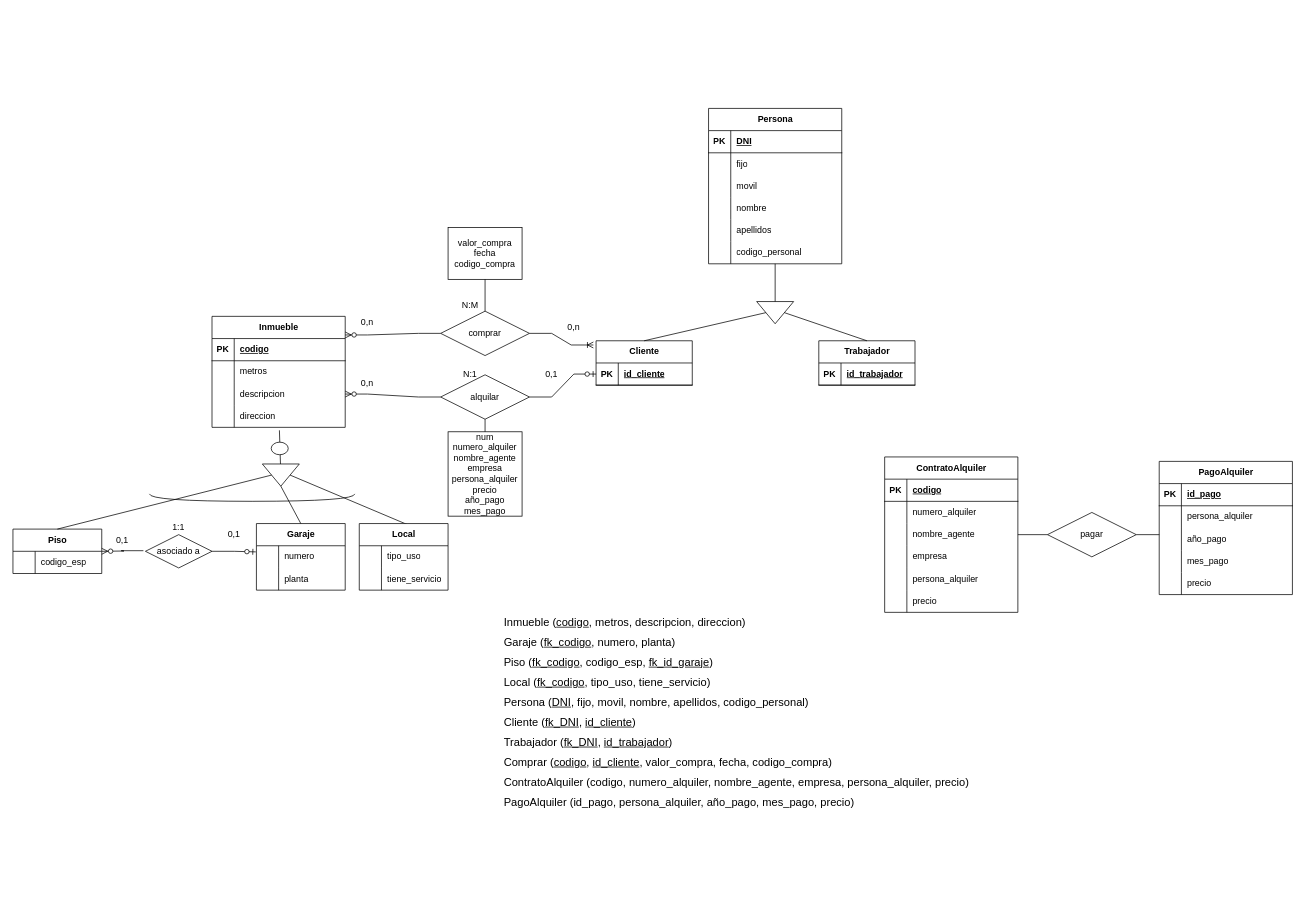
Daninuro/diagrames-cvf-dn-mpl-n-11102023 keeps this draw.io diagram as Ejercicio18.drawio. Above is the earlier version. Source tidied: cells renumbered, new cells numbered last; positions are measured from the earlier drawing's top-left corner, leaving out a move shared by most shapes. Both pictures are drawn from the tidied source at 74%, with x=0, y=0 at pixel (13, 108).
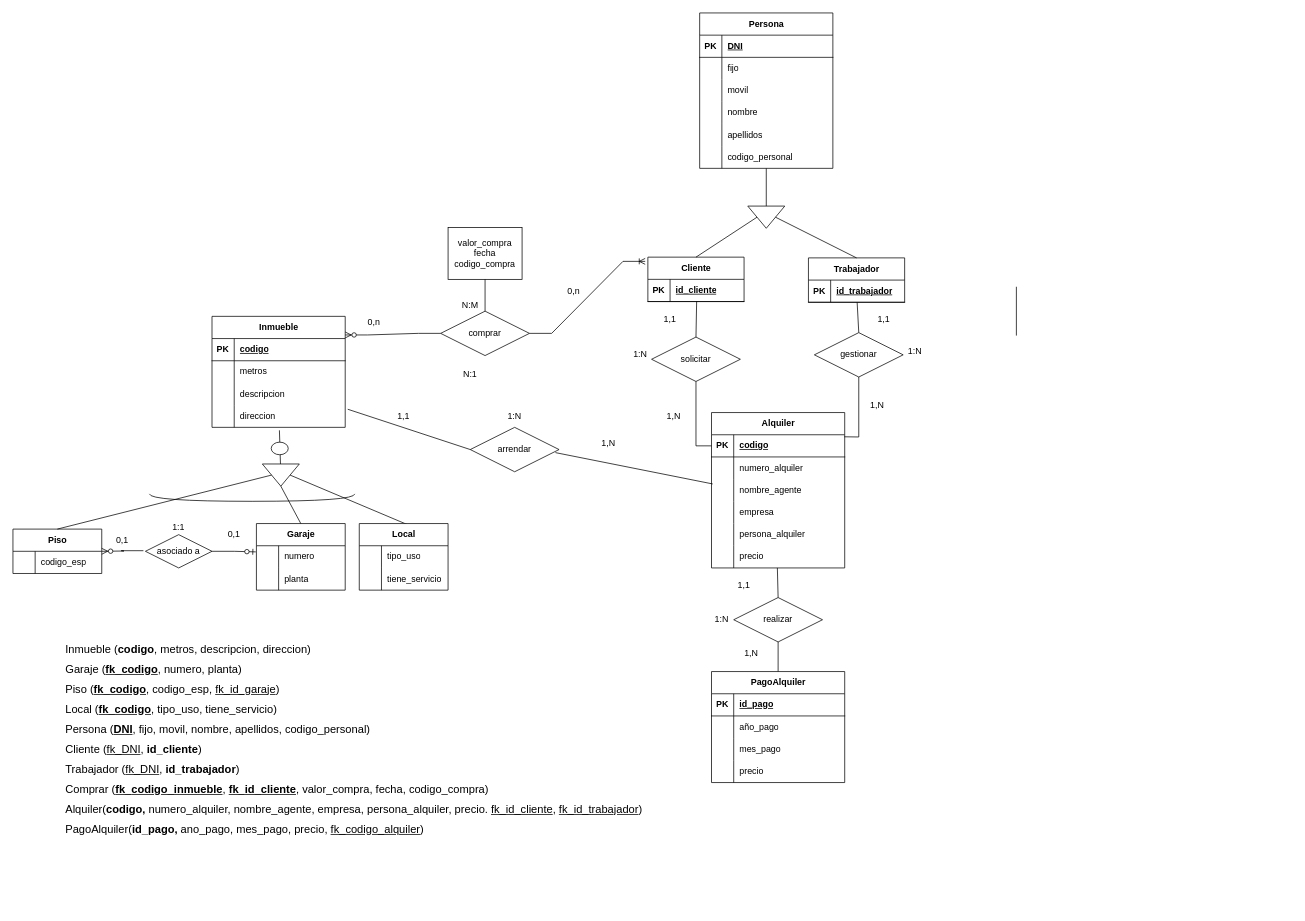
After the change.

The change refers to these unchanged cells:
```xml
<mxCell id="9" style="shape=tableRow;horizontal=0;startSize=0;swimlaneHead=0;swimlaneBody=0;fillColor=none;points=[[0,0.5],[1,0.5]];portConstraint=eastwest;top=0;left=0;right=0;bottom=0;" parent="2" vertex="1">
  <mxGeometry y="90" width="180" height="30" as="geometry" />
</mxCell>
<mxCell id="12" style="shape=tableRow;horizontal=0;startSize=0;swimlaneHead=0;swimlaneBody=0;fillColor=none;points=[[0,0.5],[1,0.5]];portConstraint=eastwest;top=0;left=0;right=0;bottom=0;" parent="2" vertex="1">
  <mxGeometry y="120" width="180" height="30" as="geometry" />
</mxCell>
<mxCell id="39" style="shape=tableRow;horizontal=0;startSize=0;swimlaneHead=0;swimlaneBody=0;fillColor=none;points=[[0,0.5],[1,0.5]];portConstraint=eastwest;top=0;left=0;right=0;bottom=1;" parent="38" vertex="1">
  <mxGeometry y="30" width="130" height="30" as="geometry" />
</mxCell>
<mxCell id="65" style="shape=tableRow;horizontal=0;startSize=0;swimlaneHead=0;swimlaneBody=0;fillColor=none;points=[[0,0.5],[1,0.5]];portConstraint=eastwest;top=0;left=0;right=0;bottom=1;" parent="64" vertex="1">
  <mxGeometry y="30" width="130" height="30" as="geometry" />
</mxCell>
<mxCell id="95" style="shape=tableRow;horizontal=0;startSize=0;swimlaneHead=0;swimlaneBody=0;fillColor=none;points=[[0,0.5],[1,0.5]];portConstraint=eastwest;top=0;left=0;right=0;bottom=1;" parent="94" vertex="1">
  <mxGeometry y="30" width="180" height="30" as="geometry" />
</mxCell>
<mxCell id="101" style="shape=tableRow;horizontal=0;startSize=0;swimlaneHead=0;swimlaneBody=0;fillColor=none;points=[[0,0.5],[1,0.5]];portConstraint=eastwest;top=0;left=0;right=0;bottom=0;" parent="94" vertex="1">
  <mxGeometry y="90" width="180" height="30" as="geometry" />
</mxCell>
```

The edit, as a diff of the source:
```diff
@@
-    <mxCell id="34" value="alquilar" style="shape=rhombus;perimeter=rhombusPerimeter;whiteSpace=wrap;html=1;align=center;" parent="1" vertex="1">
-      <mxGeometry x="578" y="360" width="120" height="60" as="geometry" />
+    <mxCell id="34" value="solicitar" style="shape=rhombus;perimeter=rhombusPerimeter;whiteSpace=wrap;html=1;align=center;" parent="1" vertex="1">
+      <mxGeometry x="863" y="309" width="120" height="60" as="geometry" />
     </mxCell>
@@
     <mxCell id="38" value="Cliente" style="shape=table;startSize=30;childLayout=tableLayout;rowLines=0;fontStyle=1;align=center;html=1;" parent="1" vertex="1">
-      <mxGeometry x="788" y="314" width="130" height="60" as="geometry" />
+      <mxGeometry x="858" y="201" width="130" height="60" as="geometry" />
     </mxCell>
@@
-    <mxCell id="43" style="edgeStyle=entityRelationEdgeStyle;fontSize=12;html=1;endArrow=ERzeroToOne;endFill=1;rounded=0;exitX=1;exitY=0.5;exitDx=0;exitDy=0;" parent="1" edge="1" source="34" target="39">
-      <mxGeometry relative="1" as="geometry" />
-    </mxCell>
-    <mxCell id="44" style="edgeStyle=entityRelationEdgeStyle;fontSize=12;html=1;endArrow=ERzeroToMany;endFill=1;rounded=0;entryX=1;entryY=0.5;entryDx=0;entryDy=0;" parent="1" edge="1" source="34" target="9">
-      <mxGeometry relative="1" as="geometry" />
-    </mxCell>
     <mxCell id="45" value="Persona" style="shape=table;startSize=30;childLayout=tableLayout;rowLines=0;fontStyle=1;align=center;html=1;" parent="1" vertex="1">
-      <mxGeometry x="940" width="180" height="210" as="geometry" />
+      <mxGeometry x="928" y="-129" width="180" height="210" as="geometry" />
     </mxCell>
@@
     <mxCell id="64" value="Trabajador" style="shape=table;startSize=30;childLayout=tableLayout;rowLines=0;fontStyle=1;align=center;html=1;" parent="1" vertex="1">
-      <mxGeometry x="1089" y="314" width="130" height="60" as="geometry" />
+      <mxGeometry x="1075" y="202" width="130" height="60" as="geometry" />
     </mxCell>
@@
     <mxCell id="68" style="triangle;whiteSpace=wrap;html=1;rotation=90;" parent="1" vertex="1">
-      <mxGeometry x="1015" y="251" width="30" height="50" as="geometry" />
+      <mxGeometry x="1003" y="122" width="30" height="50" as="geometry" />
     </mxCell>
@@
-    <mxCell id="82" value="num&lt;br&gt;numero_alquiler&lt;br&gt;nombre_agente&lt;br&gt;empresa&lt;br&gt;persona_alquiler&lt;br&gt;precio&lt;br&gt;año_pago&lt;br&gt;mes_pago" style="whiteSpace=wrap;html=1;align=center;" parent="1" vertex="1">
-      <mxGeometry x="588" y="437" width="100" height="114" as="geometry" />
-    </mxCell>
-    <mxCell id="83" style="endArrow=none;html=1;rounded=0;entryX=0.5;entryY=1;entryDx=0;entryDy=0;exitX=0.5;exitY=0;exitDx=0;exitDy=0;" parent="1" edge="1" source="82" target="34">
-      <mxGeometry relative="1" as="geometry" />
-    </mxCell>
     <mxCell id="84" value="0,n" style="text;html=1;strokeColor=none;fillColor=none;align=center;verticalAlign=middle;whiteSpace=wrap;rounded=0;" parent="1" vertex="1">
-      <mxGeometry x="449" y="274" width="60" height="30" as="geometry" />
+      <mxGeometry x="458" y="274" width="60" height="30" as="geometry" />
     </mxCell>
-    <mxCell id="85" value="0,n" style="text;html=1;strokeColor=none;fillColor=none;align=center;verticalAlign=middle;whiteSpace=wrap;rounded=0;" parent="1" vertex="1">
-      <mxGeometry x="449" y="357.2" width="60" height="30" as="geometry" />
+    <mxCell id="85" value="1,1" style="text;html=1;strokeColor=none;fillColor=none;align=center;verticalAlign=middle;whiteSpace=wrap;rounded=0;" parent="1" vertex="1">
+      <mxGeometry x="498" y="401" width="60" height="30" as="geometry" />
     </mxCell>
     <mxCell id="86" value="0,n" style="text;html=1;strokeColor=none;fillColor=none;align=center;verticalAlign=middle;whiteSpace=wrap;rounded=0;" parent="1" vertex="1">
-      <mxGeometry x="728" y="281" width="60" height="30" as="geometry" />
+      <mxGeometry x="728" y="232" width="60" height="30" as="geometry" />
     </mxCell>
-    <mxCell id="87" value="0,1" style="text;html=1;strokeColor=none;fillColor=none;align=center;verticalAlign=middle;whiteSpace=wrap;rounded=0;" parent="1" vertex="1">
-      <mxGeometry x="698" y="344" width="60" height="30" as="geometry" />
-    </mxCell>
@@
-    <mxCell id="93" value="&lt;p style=&quot;line-height: 180%; font-size: 15px;&quot;&gt;&lt;/p&gt;&lt;div style=&quot;text-align: justify; font-size: 15px; line-height: 180%;&quot;&gt;&lt;span style=&quot;background-color: initial;&quot;&gt;&lt;font style=&quot;font-size: 15px;&quot;&gt;Inmueble (&lt;u&gt;codigo&lt;/u&gt;, metros, descripcion, direccion)&lt;/font&gt;&lt;/span&gt;&lt;/div&gt;&lt;div style=&quot;text-align: justify; font-size: 15px; line-height: 180%;&quot;&gt;&lt;span style=&quot;background-color: initial;&quot;&gt;Garaje (&lt;/span&gt;&lt;u style=&quot;background-color: initial; border-color: var(--border-color);&quot;&gt;fk_codigo&lt;/u&gt;&lt;span style=&quot;background-color: initial;&quot;&gt;, numero, planta)&lt;/span&gt;&lt;br&gt;&lt;/div&gt;&lt;div style=&quot;text-align: justify; font-size: 15px; line-height: 180%;&quot;&gt;&lt;span style=&quot;background-color: initial;&quot;&gt;&lt;font style=&quot;font-size: 15px;&quot;&gt;Piso (&lt;u&gt;fk_codigo&lt;/u&gt;, codigo_esp, &lt;u&gt;fk_id_garaje&lt;/u&gt;)&lt;/font&gt;&lt;/span&gt;&lt;/div&gt;&lt;div style=&quot;text-align: justify; font-size: 15px; line-height: 180%;&quot;&gt;&lt;span style=&quot;background-color: initial;&quot;&gt;Local (&lt;/span&gt;&lt;u style=&quot;background-color: initial;&quot;&gt;fk_codigo&lt;/u&gt;&lt;span style=&quot;background-color: initial;&quot;&gt;, tipo_uso, tiene_servicio)&lt;/span&gt;&lt;br&gt;&lt;/div&gt;&lt;div style=&quot;text-align: justify; font-size: 15px; line-height: 180%;&quot;&gt;&lt;span style=&quot;background-color: initial;&quot;&gt;Persona (&lt;/span&gt;&lt;u style=&quot;background-color: initial;&quot;&gt;DNI&lt;/u&gt;&lt;span style=&quot;background-color: initial;&quot;&gt;, fijo, movil, nombre, apellidos, codigo_personal)&lt;/span&gt;&lt;br&gt;&lt;/div&gt;&lt;div style=&quot;text-align: justify; font-size: 15px; line-height: 180%;&quot;&gt;Cliente (&lt;u&gt;fk_DNI&lt;/u&gt;, &lt;u&gt;id_cliente&lt;/u&gt;)&lt;/div&gt;&lt;div style=&quot;text-align: justify; font-size: 15px; line-height: 180%;&quot;&gt;Trabajador (&lt;u&gt;fk_DNI&lt;/u&gt;, &lt;u&gt;id_trabajador&lt;/u&gt;)&lt;/div&gt;&lt;div style=&quot;text-align: justify; font-size: 15px; line-height: 180%;&quot;&gt;&lt;span style=&quot;background-color: initial;&quot;&gt;Comprar (&lt;/span&gt;&lt;u style=&quot;background-color: initial;&quot;&gt;codigo&lt;/u&gt;&lt;span style=&quot;background-color: initial;&quot;&gt;, &lt;/span&gt;&lt;u style=&quot;background-color: initial;&quot;&gt;id_cliente&lt;/u&gt;&lt;span style=&quot;background-color: initial;&quot;&gt;, valor_compra, fecha, codigo_compra)&lt;/span&gt;&lt;br&gt;&lt;/div&gt;&lt;div style=&quot;text-align: justify; font-size: 15px; line-height: 180%;&quot;&gt;&lt;span style=&quot;background-color: initial;&quot;&gt;ContratoAlquiler (codigo, numero_alquiler, nombre_agente, empresa, persona_alquiler, precio)&lt;/span&gt;&lt;br&gt;&lt;/div&gt;&lt;div style=&quot;text-align: justify; font-size: 15px; line-height: 180%;&quot;&gt;PagoAlquiler (id_pago, persona_alquiler, año_pago, mes_pago, precio)&lt;/div&gt;&lt;div style=&quot;text-align: justify; font-size: 15px; line-height: 180%;&quot;&gt;&lt;br&gt;&lt;/div&gt;&lt;div style=&quot;text-align: justify; font-size: 15px; line-height: 180%;&quot;&gt;&lt;br&gt;&lt;/div&gt;&lt;p&gt;&lt;/p&gt;" style="text;html=1;strokeColor=none;fillColor=none;align=center;verticalAlign=middle;whiteSpace=wrap;rounded=0;" parent="1" vertex="1">
-      <mxGeometry x="578" y="671" width="800" height="340" as="geometry" />
+    <mxCell id="93" value="&lt;p style=&quot;line-height: 180%; font-size: 15px;&quot;&gt;&lt;/p&gt;&lt;div style=&quot;text-align: justify; font-size: 15px; line-height: 180%;&quot;&gt;&lt;span style=&quot;background-color: initial;&quot;&gt;&lt;font style=&quot;font-size: 15px;&quot;&gt;Inmueble (&lt;b&gt;codigo&lt;/b&gt;, metros, descripcion, direccion)&lt;/font&gt;&lt;/span&gt;&lt;/div&gt;&lt;div style=&quot;text-align: justify; font-size: 15px; line-height: 180%;&quot;&gt;&lt;span style=&quot;background-color: initial;&quot;&gt;Garaje (&lt;/span&gt;&lt;u style=&quot;background-color: initial; border-color: var(--border-color);&quot;&gt;&lt;b&gt;fk_codigo&lt;/b&gt;&lt;/u&gt;&lt;span style=&quot;background-color: initial;&quot;&gt;, numero, planta)&lt;/span&gt;&lt;br&gt;&lt;/div&gt;&lt;div style=&quot;text-align: justify; font-size: 15px; line-height: 180%;&quot;&gt;&lt;span style=&quot;background-color: initial;&quot;&gt;&lt;font style=&quot;font-size: 15px;&quot;&gt;Piso (&lt;u&gt;&lt;b&gt;fk_codigo&lt;/b&gt;&lt;/u&gt;, codigo_esp, &lt;u&gt;fk_id_garaje&lt;/u&gt;)&lt;/font&gt;&lt;/span&gt;&lt;/div&gt;&lt;div style=&quot;text-align: justify; font-size: 15px; line-height: 180%;&quot;&gt;&lt;span style=&quot;background-color: initial;&quot;&gt;Local (&lt;/span&gt;&lt;u style=&quot;background-color: initial;&quot;&gt;&lt;b&gt;fk_codigo&lt;/b&gt;&lt;/u&gt;&lt;span style=&quot;background-color: initial;&quot;&gt;, tipo_uso, tiene_servicio)&lt;/span&gt;&lt;br&gt;&lt;/div&gt;&lt;div style=&quot;text-align: justify; font-size: 15px; line-height: 180%;&quot;&gt;&lt;span style=&quot;background-color: initial;&quot;&gt;Persona (&lt;/span&gt;&lt;u style=&quot;background-color: initial;&quot;&gt;&lt;b&gt;DNI&lt;/b&gt;&lt;/u&gt;&lt;span style=&quot;background-color: initial;&quot;&gt;, fijo, movil, nombre, apellidos, codigo_personal)&lt;/span&gt;&lt;br&gt;&lt;/div&gt;&lt;div style=&quot;text-align: justify; font-size: 15px; line-height: 180%;&quot;&gt;Cliente (&lt;u&gt;fk_DNI&lt;/u&gt;, &lt;b style=&quot;&quot;&gt;id_cliente&lt;/b&gt;)&lt;/div&gt;&lt;div style=&quot;text-align: justify; font-size: 15px; line-height: 180%;&quot;&gt;Trabajador (&lt;u&gt;fk_DNI&lt;/u&gt;, &lt;b&gt;id_trabajador&lt;/b&gt;)&lt;/div&gt;&lt;div style=&quot;text-align: justify; font-size: 15px; line-height: 180%;&quot;&gt;&lt;span style=&quot;background-color: initial;&quot;&gt;Comprar (&lt;b&gt;&lt;u&gt;fk_&lt;/u&gt;&lt;/b&gt;&lt;/span&gt;&lt;span style=&quot;background-color: initial;&quot;&gt;&lt;b style=&quot;&quot;&gt;&lt;u&gt;codigo_inmueble&lt;/u&gt;&lt;/b&gt;&lt;/span&gt;&lt;span style=&quot;background-color: initial;&quot;&gt;, &lt;u&gt;&lt;b&gt;fk_&lt;/b&gt;&lt;/u&gt;&lt;/span&gt;&lt;u style=&quot;background-color: initial;&quot;&gt;&lt;b&gt;id_cliente&lt;/b&gt;&lt;/u&gt;&lt;span style=&quot;background-color: initial;&quot;&gt;, valor_compra, fecha, codigo_compra)&lt;/span&gt;&lt;br&gt;&lt;/div&gt;&lt;div style=&quot;text-align: justify; font-size: 15px; line-height: 180%;&quot;&gt;&lt;span style=&quot;background-color: initial;&quot;&gt;Alquiler(&lt;b&gt;codigo, &lt;/b&gt;numero_alquiler, nombre_agente, empresa, persona_alquiler, precio. &lt;u&gt;fk_id_cliente&lt;/u&gt;, &lt;u&gt;fk_id_trabajador&lt;/u&gt;)&lt;/span&gt;&lt;/div&gt;&lt;div style=&quot;text-align: justify; font-size: 15px; line-height: 180%;&quot;&gt;PagoAlquiler(&lt;b&gt;id_pago, &lt;/b&gt;ano_pago, mes_pago, precio, &lt;u&gt;fk_codigo_alquiler&lt;/u&gt;)&lt;/div&gt;&lt;div style=&quot;text-align: justify; font-size: 15px; line-height: 180%;&quot;&gt;&lt;br&gt;&lt;/div&gt;&lt;div style=&quot;text-align: justify; font-size: 15px; line-height: 180%;&quot;&gt;&lt;br&gt;&lt;/div&gt;&lt;div style=&quot;text-align: justify; font-size: 15px; line-height: 180%;&quot;&gt;&lt;br&gt;&lt;/div&gt;&lt;p&gt;&lt;/p&gt;" style="text;html=1;strokeColor=none;fillColor=none;align=center;verticalAlign=middle;whiteSpace=wrap;rounded=0;" parent="1" vertex="1">
+      <mxGeometry x="28" y="751" width="866" height="280" as="geometry" />
     </mxCell>
-    <mxCell id="94" value="ContratoAlquiler" style="shape=table;startSize=30;childLayout=tableLayout;rowLines=0;fontStyle=1;align=center;html=1;" parent="1" vertex="1">
-      <mxGeometry x="1178" y="471" width="180" height="210" as="geometry" />
+    <mxCell id="94" value="Alquiler" style="shape=table;startSize=30;childLayout=tableLayout;rowLines=0;fontStyle=1;align=center;html=1;" parent="1" vertex="1">
+      <mxGeometry x="944" y="411" width="180" height="210" as="geometry" />
     </mxCell>
@@
     <mxCell id="113" value="PagoAlquiler" style="shape=table;startSize=30;childLayout=tableLayout;rowLines=0;fontStyle=1;align=center;html=1;" parent="1" vertex="1">
-      <mxGeometry x="1549" y="477" width="180" height="180" as="geometry" />
+      <mxGeometry x="944" y="761" width="180" height="150" as="geometry" />
     </mxCell>
@@
-    <mxCell id="117" style="shape=tableRow;horizontal=0;startSize=0;swimlaneHead=0;swimlaneBody=0;fillColor=none;top=0;left=0;right=0;bottom=0;" parent="113" vertex="1">
-      <mxGeometry y="60" width="180" height="30" as="geometry" />
-    </mxCell>
-    <mxCell id="118" style="shape=partialRectangle;fillColor=none;top=0;left=0;bottom=0;right=0;overflow=hidden;whiteSpace=wrap;html=1;" parent="117" vertex="1">
-      <mxGeometry width="30" height="30" as="geometry" />
-    </mxCell>
-    <mxCell id="119" value="persona_alquiler" style="shape=partialRectangle;fillColor=none;top=0;left=0;bottom=0;right=0;align=left;spacingLeft=6;overflow=hidden;whiteSpace=wrap;html=1;" parent="117" vertex="1">
-      <mxGeometry x="30" width="150" height="30" as="geometry" />
-    </mxCell>
     <mxCell id="120" style="shape=tableRow;horizontal=0;startSize=0;swimlaneHead=0;swimlaneBody=0;fillColor=none;points=[[0,0.5],[1,0.5]];portConstraint=eastwest;top=0;left=0;right=0;bottom=0;" parent="113" vertex="1">
-      <mxGeometry y="90" width="180" height="30" as="geometry" />
+      <mxGeometry y="60" width="180" height="30" as="geometry" />
     </mxCell>
@@
     <mxCell id="123" style="shape=tableRow;horizontal=0;startSize=0;swimlaneHead=0;swimlaneBody=0;fillColor=none;top=0;left=0;right=0;bottom=0;" parent="113" vertex="1">
-      <mxGeometry y="120" width="180" height="30" as="geometry" />
+      <mxGeometry y="90" width="180" height="30" as="geometry" />
     </mxCell>
@@
     <mxCell id="126" style="shape=tableRow;horizontal=0;startSize=0;swimlaneHead=0;swimlaneBody=0;fillColor=none;top=0;left=0;right=0;bottom=0;" parent="113" vertex="1">
-      <mxGeometry y="150" width="180" height="30" as="geometry" />
+      <mxGeometry y="120" width="180" height="30" as="geometry" />
     </mxCell>
@@
-    <mxCell id="129" value="pagar" style="shape=rhombus;perimeter=rhombusPerimeter;whiteSpace=wrap;html=1;align=center;" parent="1" vertex="1">
-      <mxGeometry x="1398" y="546" width="120" height="60" as="geometry" />
+    <mxCell id="129" value="realizar" style="shape=rhombus;perimeter=rhombusPerimeter;whiteSpace=wrap;html=1;align=center;" parent="1" vertex="1">
+      <mxGeometry x="974" y="661" width="120" height="60" as="geometry" />
     </mxCell>
-    <mxCell id="130" style="endArrow=none;html=1;rounded=0;entryX=0;entryY=0.5;entryDx=0;entryDy=0;exitX=1;exitY=0.5;exitDx=0;exitDy=0;" parent="1" edge="1" source="101" target="129">
-      <mxGeometry relative="1" as="geometry" />
-    </mxCell>
-    <mxCell id="131" style="endArrow=none;html=1;rounded=0;exitX=1;exitY=0.5;exitDx=0;exitDy=0;entryX=0.001;entryY=0.3;entryDx=0;entryDy=0;entryPerimeter=0;" parent="1" edge="1" source="129" target="120">
+    <mxCell id="131" style="endArrow=none;html=1;rounded=0;exitX=0.5;exitY=1;exitDx=0;exitDy=0;entryX=0.5;entryY=0;entryDx=0;entryDy=0;" parent="1" edge="1" source="129" target="113">
       <mxGeometry relative="1" as="geometry" />
     </mxCell>
+    <mxCell id="43" style="endArrow=none;html=1;rounded=0;entryX=0.507;entryY=0.981;entryDx=0;entryDy=0;entryPerimeter=0;exitX=0.5;exitY=0;exitDx=0;exitDy=0;" parent="1" edge="1" source="34" target="39">
+      <mxGeometry relative="1" as="geometry" />
+    </mxCell>
+    <mxCell id="132" style="endArrow=none;html=1;rounded=0;exitX=0.5;exitY=0;exitDx=0;exitDy=0;" parent="1" edge="1" source="134" target="65">
+      <mxGeometry relative="1" as="geometry" />
+    </mxCell>
+    <mxCell id="133" style="endArrow=none;html=1;rounded=0;" parent="1" edge="1">
+      <mxGeometry relative="1" as="geometry">
+        <mxPoint x="1356" y="307" as="sourcePoint" />
+        <mxPoint x="1356" y="241" as="targetPoint" />
+      </mxGeometry>
+    </mxCell>
+    <mxCell id="134" value="gestionar" style="shape=rhombus;perimeter=rhombusPerimeter;whiteSpace=wrap;html=1;align=center;" parent="1" vertex="1">
+      <mxGeometry x="1083" y="303" width="120" height="60" as="geometry" />
+    </mxCell>
+    <mxCell id="135" style="endArrow=none;html=1;rounded=0;entryX=0.997;entryY=0.092;entryDx=0;entryDy=0;exitX=0.5;exitY=1;exitDx=0;exitDy=0;entryPerimeter=0;" parent="1" edge="1" source="134" target="95">
+      <mxGeometry relative="1" as="geometry">
+        <Array as="points">
+          <mxPoint x="1143" y="444" />
+        </Array>
+      </mxGeometry>
+    </mxCell>
+    <mxCell id="136" style="endArrow=none;html=1;rounded=0;exitX=0;exitY=0.5;exitDx=0;exitDy=0;" parent="1" edge="1" source="95" target="34">
+      <mxGeometry relative="1" as="geometry">
+        <Array as="points">
+          <mxPoint x="923" y="456" />
+        </Array>
+      </mxGeometry>
+    </mxCell>
+    <mxCell id="137" value="1,1" style="text;html=1;strokeColor=none;fillColor=none;align=center;verticalAlign=middle;whiteSpace=wrap;rounded=0;" parent="1" vertex="1">
+      <mxGeometry x="858" y="270" width="60" height="30" as="geometry" />
+    </mxCell>
+    <mxCell id="138" value="1,N" style="text;html=1;strokeColor=none;fillColor=none;align=center;verticalAlign=middle;whiteSpace=wrap;rounded=0;" parent="1" vertex="1">
+      <mxGeometry x="863" y="401" width="60" height="30" as="geometry" />
+    </mxCell>
+    <mxCell id="139" value="1,1" style="text;html=1;strokeColor=none;fillColor=none;align=center;verticalAlign=middle;whiteSpace=wrap;rounded=0;" parent="1" vertex="1">
+      <mxGeometry x="1147" y="270" width="60" height="30" as="geometry" />
+    </mxCell>
+    <mxCell id="140" value="1,N" style="text;html=1;strokeColor=none;fillColor=none;align=center;verticalAlign=middle;whiteSpace=wrap;rounded=0;" parent="1" vertex="1">
+      <mxGeometry x="1138" y="387.2" width="60" height="30" as="geometry" />
+    </mxCell>
+    <mxCell id="141" style="endArrow=none;html=1;rounded=0;entryX=0.5;entryY=0;entryDx=0;entryDy=0;" parent="1" edge="1" target="129">
+      <mxGeometry relative="1" as="geometry">
+        <mxPoint x="1033" y="621" as="sourcePoint" />
+      </mxGeometry>
+    </mxCell>
+    <mxCell id="142" value="1,N" style="text;html=1;strokeColor=none;fillColor=none;align=center;verticalAlign=middle;whiteSpace=wrap;rounded=0;" parent="1" vertex="1">
+      <mxGeometry x="968" y="721" width="60" height="30" as="geometry" />
+    </mxCell>
+    <mxCell id="143" value="1,1" style="text;html=1;strokeColor=none;fillColor=none;align=center;verticalAlign=middle;whiteSpace=wrap;rounded=0;" parent="1" vertex="1">
+      <mxGeometry x="958" y="628.5" width="60" height="30" as="geometry" />
+    </mxCell>
+    <mxCell id="144" value="1:N" style="text;html=1;strokeColor=none;fillColor=none;align=center;verticalAlign=middle;whiteSpace=wrap;rounded=0;" parent="1" vertex="1">
+      <mxGeometry x="928" y="676" width="60" height="30" as="geometry" />
+    </mxCell>
+    <mxCell id="145" value="1:N" style="text;html=1;strokeColor=none;fillColor=none;align=center;verticalAlign=middle;whiteSpace=wrap;rounded=0;" parent="1" vertex="1">
+      <mxGeometry x="818" y="318" width="60" height="30" as="geometry" />
+    </mxCell>
+    <mxCell id="146" value="1:N" style="text;html=1;strokeColor=none;fillColor=none;align=center;verticalAlign=middle;whiteSpace=wrap;rounded=0;" parent="1" vertex="1">
+      <mxGeometry x="1189" y="314" width="60" height="30" as="geometry" />
+    </mxCell>
+    <mxCell id="147" value="arrendar" style="shape=rhombus;perimeter=rhombusPerimeter;whiteSpace=wrap;html=1;align=center;" parent="1" vertex="1">
+      <mxGeometry x="618" y="431" width="120" height="60" as="geometry" />
+    </mxCell>
+    <mxCell id="148" style="endArrow=none;html=1;rounded=0;entryX=0.009;entryY=0.216;entryDx=0;entryDy=0;entryPerimeter=0;exitX=0.959;exitY=0.569;exitDx=0;exitDy=0;exitPerimeter=0;" parent="1" edge="1" source="147" target="101">
+      <mxGeometry relative="1" as="geometry" />
+    </mxCell>
+    <mxCell id="149" style="endArrow=none;html=1;rounded=0;entryX=0;entryY=0.5;entryDx=0;entryDy=0;exitX=1.019;exitY=0.184;exitDx=0;exitDy=0;exitPerimeter=0;" parent="1" edge="1" source="12" target="147">
+      <mxGeometry relative="1" as="geometry" />
+    </mxCell>
+    <mxCell id="150" value="1,N" style="text;html=1;strokeColor=none;fillColor=none;align=center;verticalAlign=middle;whiteSpace=wrap;rounded=0;" parent="1" vertex="1">
+      <mxGeometry x="775" y="438" width="60" height="30" as="geometry" />
+    </mxCell>
+    <mxCell id="151" value="1:N" style="text;html=1;strokeColor=none;fillColor=none;align=center;verticalAlign=middle;whiteSpace=wrap;rounded=0;" parent="1" vertex="1">
+      <mxGeometry x="648" y="401" width="60" height="30" as="geometry" />
+    </mxCell>
```
